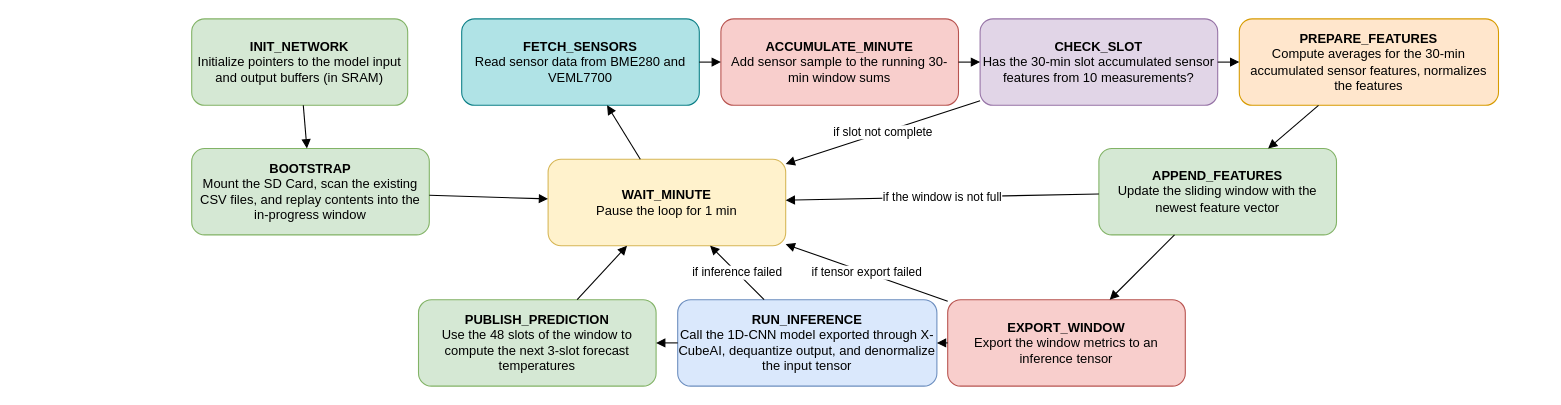
rishi-latchmepersad/TinyML-Home-Weather-Forecasting keeps this draw.io diagram as page "forecast_temp_task State Machine" (8 of 9) of tinyml_home_weather_forecasting.drawio. Above is the earlier version. Source tidied: cells renumbered, new cells numbered last; positions are measured from the earlier drawing's top-left corner, leaving out a move shared by most shapes. Both pictures are drawn from the tidied source at 108%, with x=0, y=0 at pixel (191, 18).
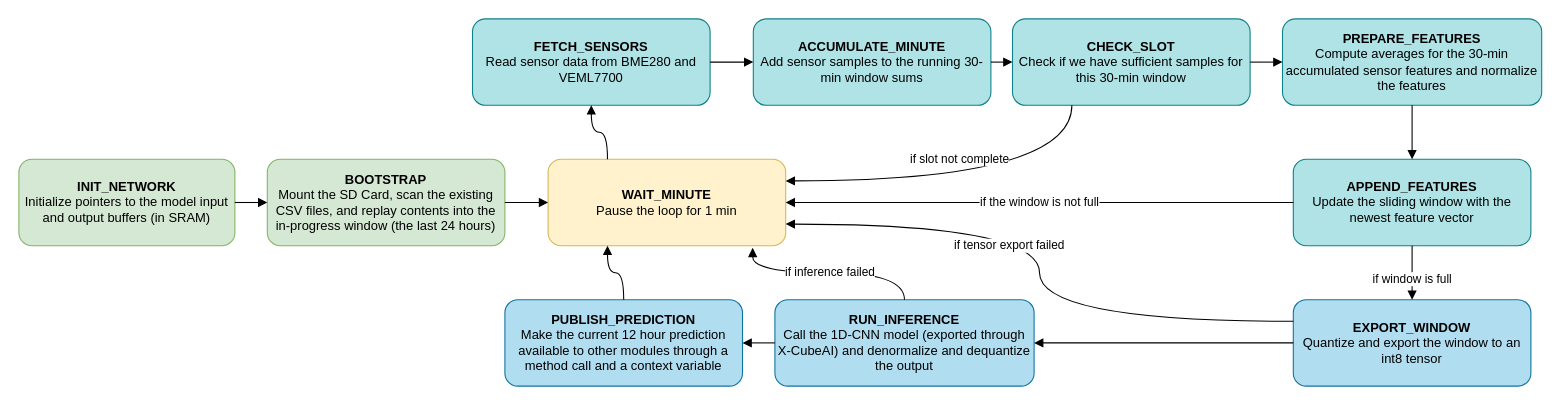
The same page after the edit.

The change refers to these unchanged cells:
```xml
<mxCell id="9" value="&lt;b&gt;WAIT_MINUTE&lt;/b&gt;&lt;div&gt;Pause the loop for 1 min&lt;/div&gt;" style="rounded=1;whiteSpace=wrap;html=1;fillColor=#fff2cc;strokeColor=#d6b656;" parent="1" vertex="1">
  <mxGeometry x="330" y="130" width="220" height="80" as="geometry" />
</mxCell>
<mxCell id="20" style="endArrow=block;html=1;rounded=0;strokeColor=#000000;" parent="1" edge="1" source="8" target="11">
  <mxGeometry relative="1" as="geometry" />
</mxCell>
```

The edit, as a diff of the source:
```diff
@@
     <mxCell id="2" value="&lt;b&gt;INIT_NETWORK&lt;/b&gt;&lt;div&gt;Initialize pointers to the model input and output buffers (in SRAM)&lt;/div&gt;" style="rounded=1;whiteSpace=wrap;html=1;fillColor=#d5e8d4;strokeColor=#82b366;" parent="1" vertex="1">
-      <mxGeometry width="200" height="80" as="geometry" />
+      <mxGeometry x="-160" y="130" width="200" height="80" as="geometry" />
     </mxCell>
-    <mxCell id="3" value="&lt;b&gt;BOOTSTRAP&lt;/b&gt;&lt;div&gt;Mount the SD Card, scan the existing CSV files, and replay contents into the in-progress window&lt;/div&gt;" style="rounded=1;whiteSpace=wrap;html=1;fillColor=#d5e8d4;strokeColor=#82b366;" parent="1" vertex="1">
-      <mxGeometry y="120" width="220" height="80" as="geometry" />
+    <mxCell id="3" value="&lt;b&gt;BOOTSTRAP&lt;/b&gt;&lt;div&gt;Mount the SD Card, scan the existing CSV files, and replay contents into the in-progress window (the last 24 hours)&lt;/div&gt;" style="rounded=1;whiteSpace=wrap;html=1;fillColor=#d5e8d4;strokeColor=#82b366;" parent="1" vertex="1">
+      <mxGeometry x="70" y="130" width="220" height="80" as="geometry" />
     </mxCell>
     <mxCell id="4" value="&lt;b&gt;FETCH_SENSORS&lt;/b&gt;&lt;div&gt;Read sensor data from BME280 and VEML7700&lt;/div&gt;" style="rounded=1;whiteSpace=wrap;html=1;fillColor=#b0e3e6;strokeColor=#0e8088;" parent="1" vertex="1">
-      <mxGeometry x="250" width="220" height="80" as="geometry" />
+      <mxGeometry x="260" width="220" height="80" as="geometry" />
     </mxCell>
-    <mxCell id="5" value="&lt;b&gt;ACCUMULATE_MINUTE&lt;/b&gt;&lt;div&gt;Add sensor sample to the running 30-min window sums&lt;/div&gt;" style="rounded=1;whiteSpace=wrap;html=1;fillColor=#f8cecc;strokeColor=#b85450;" parent="1" vertex="1">
-      <mxGeometry x="490" width="220" height="80" as="geometry" />
+    <mxCell id="5" value="&lt;b&gt;ACCUMULATE_MINUTE&lt;/b&gt;&lt;div&gt;Add sensor samples to the running 30-min window sums&lt;/div&gt;" style="rounded=1;whiteSpace=wrap;html=1;fillColor=#b0e3e6;strokeColor=#0e8088;" parent="1" vertex="1">
+      <mxGeometry x="520" width="220" height="80" as="geometry" />
     </mxCell>
-    <mxCell id="6" value="&lt;b&gt;CHECK_SLOT&lt;/b&gt;&lt;div&gt;Has the 30-min slot accumulated sensor features from 10 measurements?&lt;/div&gt;" style="rounded=1;whiteSpace=wrap;html=1;fillColor=#e1d5e7;strokeColor=#9673a6;" parent="1" vertex="1">
-      <mxGeometry x="730" width="220" height="80" as="geometry" />
+    <mxCell id="6" value="&lt;b&gt;CHECK_SLOT&lt;/b&gt;&lt;div&gt;Check if we have sufficient samples for this 30-min window&lt;/div&gt;" style="rounded=1;whiteSpace=wrap;html=1;fillColor=#b0e3e6;strokeColor=#0e8088;" parent="1" vertex="1">
+      <mxGeometry x="760" width="220" height="80" as="geometry" />
     </mxCell>
-    <mxCell id="7" value="&lt;b&gt;PREPARE_FEATURES&lt;/b&gt;&lt;div&gt;Compute averages for the 30-min accumulated sensor features, normalizes the features&lt;/div&gt;" style="rounded=1;whiteSpace=wrap;html=1;fillColor=#ffe6cc;strokeColor=#d79b00;" parent="1" vertex="1">
-      <mxGeometry x="970" width="240" height="80" as="geometry" />
+    <mxCell id="7" value="&lt;b&gt;PREPARE_FEATURES&lt;/b&gt;&lt;div&gt;Compute averages for the 30-min accumulated sensor features and normalize the features&lt;/div&gt;" style="rounded=1;whiteSpace=wrap;html=1;fillColor=#b0e3e6;strokeColor=#0e8088;" parent="1" vertex="1">
+      <mxGeometry x="1010" width="240" height="80" as="geometry" />
     </mxCell>
-    <mxCell id="8" value="&lt;b&gt;APPEND_FEATURES&lt;/b&gt;&lt;div&gt;Update the sliding window with the newest feature vector&lt;/div&gt;" style="rounded=1;whiteSpace=wrap;html=1;fillColor=#d5e8d4;strokeColor=#82b366;" parent="1" vertex="1">
-      <mxGeometry x="840" y="120" width="220" height="80" as="geometry" />
+    <mxCell id="8" value="&lt;b&gt;APPEND_FEATURES&lt;/b&gt;&lt;div&gt;Update the sliding window with the newest feature vector&lt;/div&gt;" style="rounded=1;whiteSpace=wrap;html=1;fillColor=#b0e3e6;strokeColor=#0e8088;" parent="1" vertex="1">
+      <mxGeometry x="1020" y="130" width="220" height="80" as="geometry" />
     </mxCell>
@@
-    <mxCell id="10" value="&lt;b&gt;RUN_INFERENCE&lt;/b&gt;&lt;div&gt;Call the 1D-CNN model exported through X-CubeAI, dequantize output, and denormalize the input tensor&lt;/div&gt;" style="rounded=1;whiteSpace=wrap;html=1;fillColor=#dae8fc;strokeColor=#6c8ebf;" parent="1" vertex="1">
-      <mxGeometry x="450" y="260" width="240" height="80" as="geometry" />
+    <mxCell id="10" value="&lt;b&gt;RUN_INFERENCE&lt;/b&gt;&lt;div&gt;Call the 1D-CNN model (exported through X-CubeAI) and denormalize and dequantize the output&lt;/div&gt;" style="rounded=1;whiteSpace=wrap;html=1;fillColor=#b1ddf0;strokeColor=#10739e;" parent="1" vertex="1">
+      <mxGeometry x="540" y="260" width="240" height="80" as="geometry" />
     </mxCell>
-    <mxCell id="11" value="&lt;b&gt;EXPORT_WINDOW&lt;/b&gt;&lt;div&gt;Export the window metrics to an inference tensor&lt;/div&gt;" style="rounded=1;whiteSpace=wrap;html=1;fillColor=#f8cecc;strokeColor=#b85450;" parent="1" vertex="1">
-      <mxGeometry x="700" y="260" width="220" height="80" as="geometry" />
+    <mxCell id="11" value="&lt;b&gt;EXPORT_WINDOW&lt;/b&gt;&lt;div&gt;Quantize and export the window to an int8 tensor&lt;/div&gt;" style="rounded=1;whiteSpace=wrap;html=1;fillColor=#b1ddf0;strokeColor=#10739e;" parent="1" vertex="1">
+      <mxGeometry x="1020" y="260" width="220" height="80" as="geometry" />
     </mxCell>
-    <mxCell id="12" value="&lt;b&gt;PUBLISH_PREDICTION&lt;/b&gt;&lt;div&gt;Use the 48 slots of the window to compute the next 3-slot forecast temperatures&lt;/div&gt;" style="rounded=1;whiteSpace=wrap;html=1;fillColor=#d5e8d4;strokeColor=#82b366;" parent="1" vertex="1">
-      <mxGeometry x="210" y="260" width="220" height="80" as="geometry" />
+    <mxCell id="12" value="&lt;b&gt;PUBLISH_PREDICTION&lt;/b&gt;&lt;div&gt;Make the current 12 hour prediction available to other modules through a method call and a context variable&lt;/div&gt;" style="rounded=1;whiteSpace=wrap;html=1;fillColor=#b1ddf0;strokeColor=#10739e;" parent="1" vertex="1">
+      <mxGeometry x="290" y="260" width="220" height="80" as="geometry" />
     </mxCell>
@@
-    <mxCell id="15" style="endArrow=block;html=1;rounded=0;strokeColor=#000000;" parent="1" edge="1" source="9" target="4">
+    <mxCell id="15" style="endArrow=block;html=1;rounded=0;strokeColor=#000000;exitX=0.25;exitY=0;exitDx=0;exitDy=0;edgeStyle=orthogonalEdgeStyle;curved=1;" parent="1" edge="1" source="9" target="4">
       <mxGeometry relative="1" as="geometry" />
     </mxCell>
@@
+    <mxCell id="28" value="if window is full" style="edgeLabel;html=1;align=center;verticalAlign=middle;" parent="20" vertex="1">
+      <mxGeometry x="0.2" y="-1" relative="1" as="geometry" />
+    </mxCell>
@@
-    <mxCell id="23" style="endArrow=block;html=1;rounded=0;strokeColor=#000000;" parent="1" edge="1" source="12" target="9">
+    <mxCell id="23" style="endArrow=block;html=1;rounded=0;strokeColor=#000000;entryX=0.25;entryY=1;entryDx=0;entryDy=0;edgeStyle=orthogonalEdgeStyle;curved=1;" parent="1" edge="1" source="12" target="9">
       <mxGeometry relative="1" as="geometry" />
     </mxCell>
-    <mxCell id="24" value="if slot not complete" style="endArrow=block;html=1;rounded=0;strokeColor=#000000;" parent="1" edge="1" source="6" target="9">
-      <mxGeometry relative="1" as="geometry" />
+    <mxCell id="24" value="if slot not complete" style="endArrow=block;html=1;rounded=0;strokeColor=#000000;edgeStyle=orthogonalEdgeStyle;curved=1;exitX=0.25;exitY=1;exitDx=0;exitDy=0;entryX=1;entryY=0.25;entryDx=0;entryDy=0;" parent="1" edge="1" source="6" target="9">
+      <mxGeometry x="0.04" y="-20" relative="1" as="geometry" />
     </mxCell>
@@
-    <mxCell id="26" value="if tensor export failed" style="endArrow=block;html=1;rounded=0;strokeColor=#000000;" parent="1" edge="1" source="11" target="9">
-      <mxGeometry relative="1" as="geometry" />
+    <mxCell id="26" value="if tensor export failed" style="endArrow=block;html=1;rounded=0;strokeColor=#000000;edgeStyle=orthogonalEdgeStyle;curved=1;entryX=1;entryY=0.75;entryDx=0;entryDy=0;exitX=0;exitY=0.25;exitDx=0;exitDy=0;" parent="1" edge="1" source="11" target="9">
+      <mxGeometry x="0.26" y="20" relative="1" as="geometry" />
     </mxCell>
-    <mxCell id="27" value="if inference failed" style="endArrow=block;html=1;rounded=0;strokeColor=#000000;" parent="1" edge="1" source="10" target="9">
+    <mxCell id="27" value="if inference failed" style="endArrow=block;html=1;rounded=0;strokeColor=#000000;edgeStyle=orthogonalEdgeStyle;curved=1;entryX=0.861;entryY=1.025;entryDx=0;entryDy=0;entryPerimeter=0;" parent="1" edge="1" source="10" target="9">
       <mxGeometry relative="1" as="geometry" />
     </mxCell>
```
